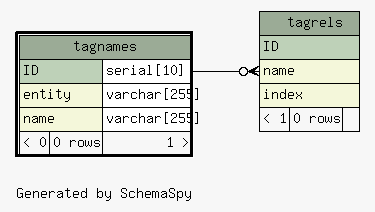
Before: diagrams/tagnames.1degree.png, a diagram exported from Graphviz (zeyosinc/zeyos-schema). Its source is kept beside it as diagrams/tagnames.1degree.dot.
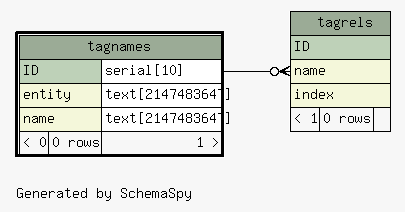
The same file after the commit.

The edit, as a diff of the source:
```diff
@@ -23,8 +23,8 @@
     <TABLE BORDER="2" CELLBORDER="1" CELLSPACING="0" BGCOLOR="#ffffff">
       <TR><TD COLSPAN="3" BGCOLOR="#9bab96" ALIGN="CENTER">tagnames</TD></TR>
       <TR><TD PORT="ID" COLSPAN="2" BGCOLOR="#bed1b8" ALIGN="LEFT">ID</TD><TD PORT="ID.type" ALIGN="LEFT">serial[10]</TD></TR>
-      <TR><TD PORT="entity" COLSPAN="2" BGCOLOR="#f4f7da" ALIGN="LEFT">entity</TD><TD PORT="entity.type" ALIGN="LEFT">varchar[255]</TD></TR>
-      <TR><TD PORT="name" COLSPAN="2" BGCOLOR="#f4f7da" ALIGN="LEFT">name</TD><TD PORT="name.type" ALIGN="LEFT">varchar[255]</TD></TR>
+      <TR><TD PORT="entity" COLSPAN="2" BGCOLOR="#f4f7da" ALIGN="LEFT">entity</TD><TD PORT="entity.type" ALIGN="LEFT">text[2147483647]</TD></TR>
+      <TR><TD PORT="name" COLSPAN="2" BGCOLOR="#f4f7da" ALIGN="LEFT">name</TD><TD PORT="name.type" ALIGN="LEFT">text[2147483647]</TD></TR>
       <TR><TD ALIGN="LEFT" BGCOLOR="#f7f7f7">&lt; 0</TD><TD ALIGN="RIGHT" BGCOLOR="#f7f7f7">0 rows</TD><TD ALIGN="RIGHT" BGCOLOR="#f7f7f7">1 &gt;</TD></TR>
     </TABLE>>
     URL="tagnames.html"
```
